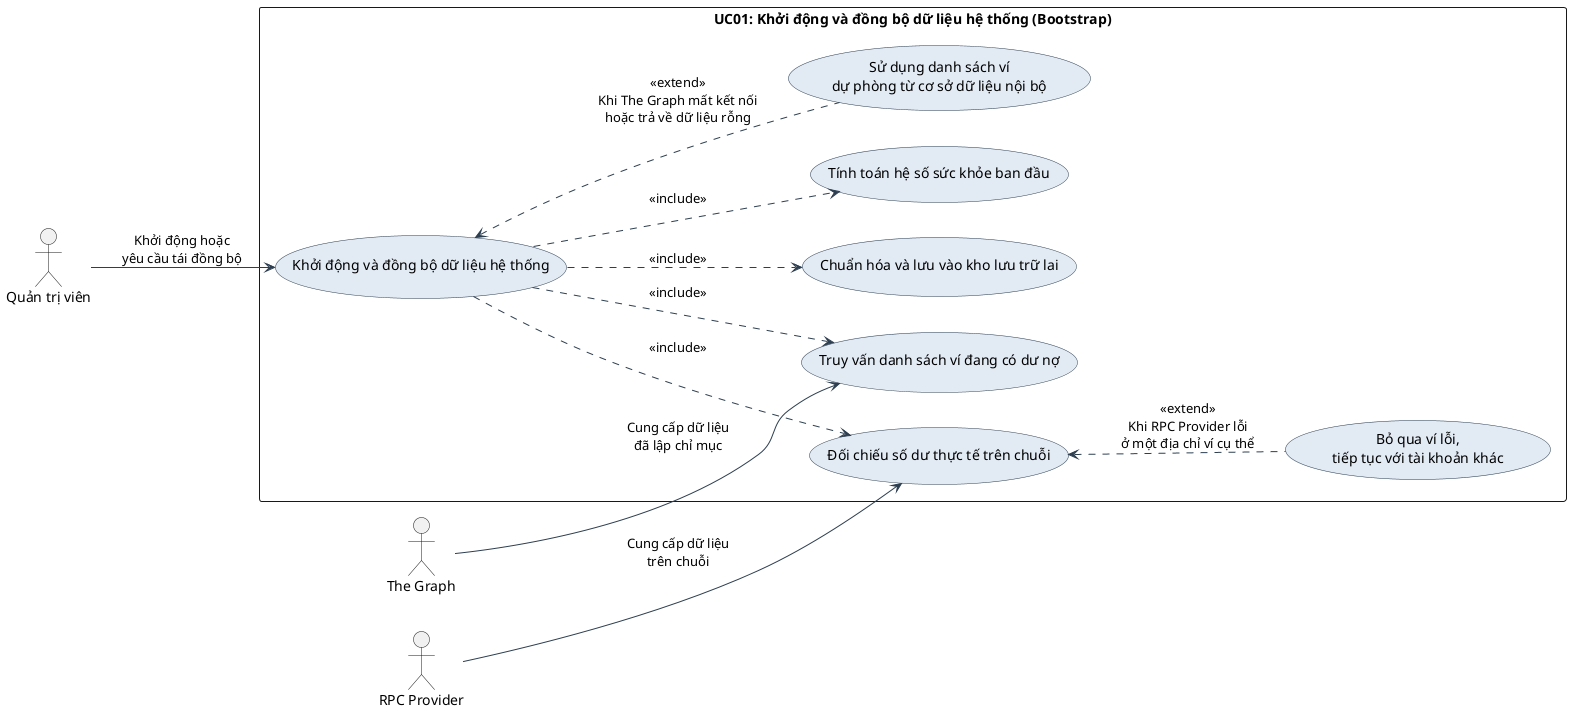
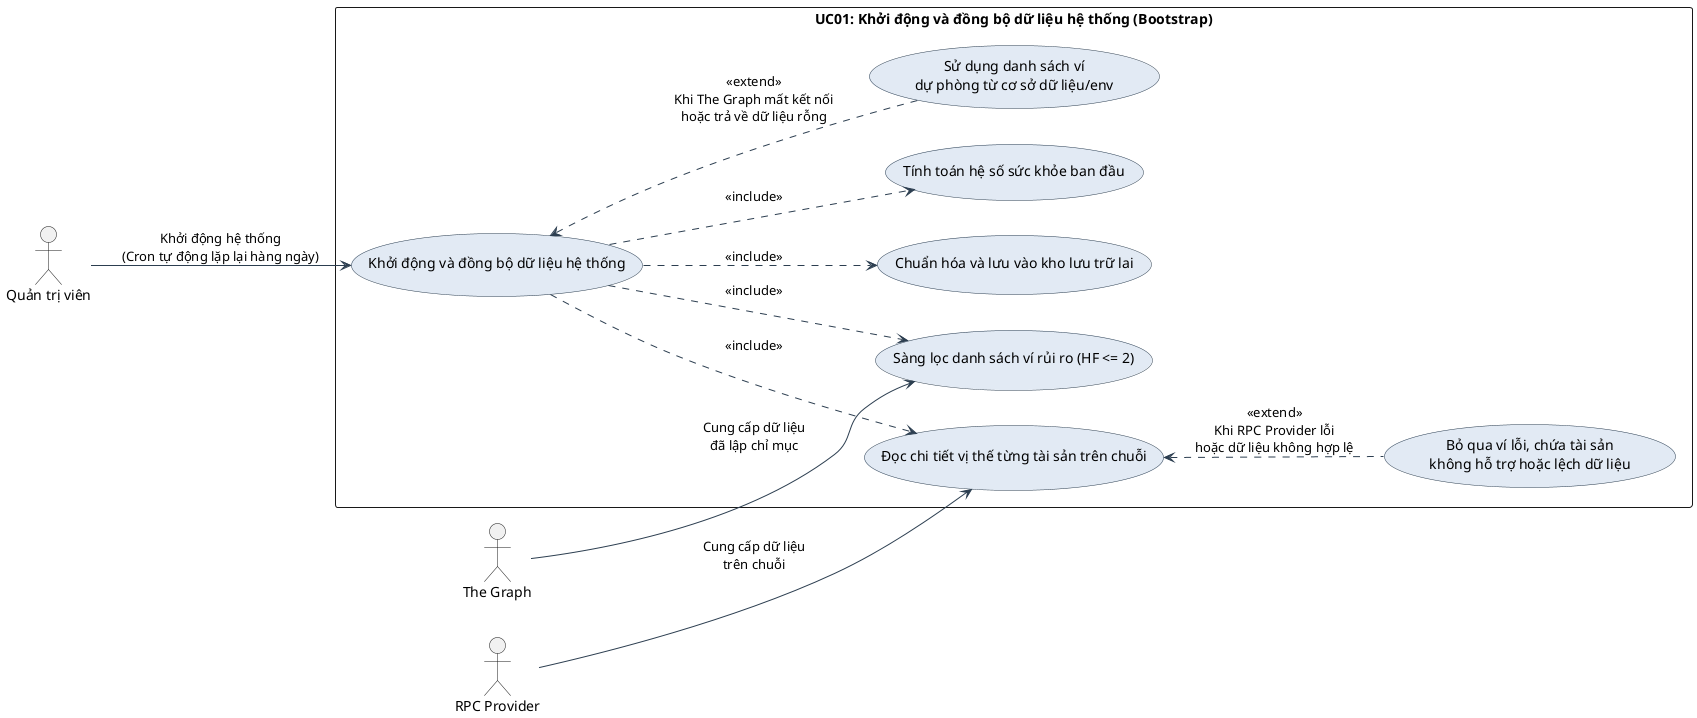
- ﻿@startuml
+ @startuml
skinparam packageStyle rectangle
skinparam backgroundColor #FFFFFF
skinparam usecase {
    BackgroundColor #E2EAF4
    BorderColor #2C3E50
    ArrowColor #2C3E50
    FontName Arial
}

left to right direction

actor "Quản trị viên" as Admin
actor "The Graph" as Graph
actor "RPC Provider" as RPC

rectangle "UC01: Khởi động và đồng bộ dữ liệu hệ thống (Bootstrap)" {

    usecase "Khởi động và đồng bộ dữ liệu hệ thống" as UC01

-     usecase "Truy vấn danh sách ví đang có dư nợ" as Sub1
-     usecase "Đối chiếu số dư thực tế trên chuỗi" as Sub2
+     usecase "Sàng lọc danh sách ví rủi ro (HF <= 2)" as Sub1
+     usecase "Đọc chi tiết vị thế từng tài sản trên chuỗi" as Sub2
    usecase "Chuẩn hóa và lưu vào kho lưu trữ lai" as Sub3
    usecase "Tính toán hệ số sức khỏe ban đầu" as Sub4

-     usecase "Sử dụng danh sách ví\ndự phòng từ cơ sở dữ liệu nội bộ" as Ext1
-     usecase "Bỏ qua ví lỗi,\ntiếp tục với tài khoản khác" as Ext2
+     usecase "Sử dụng danh sách ví\ndự phòng từ cơ sở dữ liệu/env" as Ext1
+     usecase "Bỏ qua ví lỗi, chứa tài sản\nkhông hỗ trợ hoặc lệch dữ liệu" as Ext2
}

- Admin --> UC01 : "Khởi động hoặc\nyêu cầu tái đồng bộ"
+ Admin --> UC01 : "Khởi động hệ thống\n(Cron tự động lặp lại hàng ngày)"
Graph --> Sub1 : "Cung cấp dữ liệu\nđã lập chỉ mục"
RPC --> Sub2 : "Cung cấp dữ liệu\ntrên chuỗi"

UC01 ..> Sub1 : <<include>>
UC01 ..> Sub2 : <<include>>
UC01 ..> Sub3 : <<include>>
UC01 ..> Sub4 : <<include>>

Ext1 .up.> UC01 : <<extend>>\nKhi The Graph mất kết nối\nhoặc trả về dữ liệu rỗng
- Ext2 .up.> Sub2 : <<extend>>\nKhi RPC Provider lỗi\nở một địa chỉ ví cụ thể
+ Ext2 .up.> Sub2 : <<extend>>\nKhi RPC Provider lỗi\nhoặc dữ liệu không hợp lệ

@enduml
